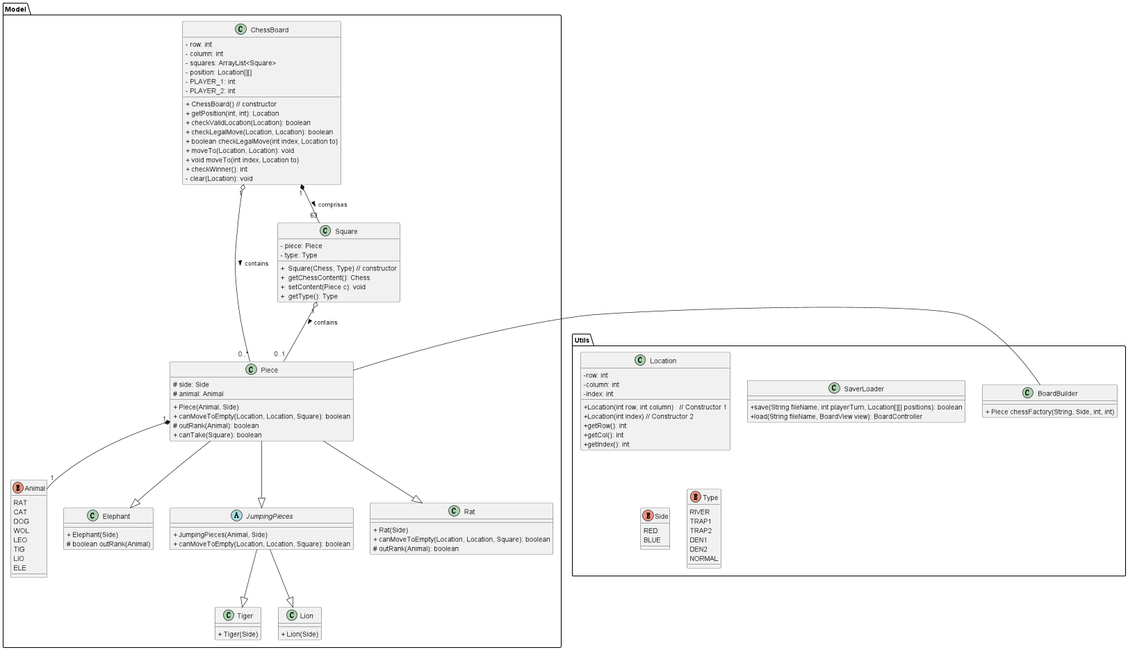
Above: UpdatedClassDiagram.png in Edo-kawa/SE-Project (PlantUML), before the change. Its diagram source:
```plantuml
@startuml

package "Model" {
    ChessBoard "1" o-- "0..*" Piece: contains >
    ChessBoard "1" *-- "63" Square: comprises >

    Square "1" o-- "0..1" Piece: contains >

    Piece "1" *-- "1" Animal
    Piece --|> Elephant
    Piece --|> JumpingPieces
    Piece --|> Rat
    JumpingPieces --|> Tiger
    JumpingPieces --|> Lion
}

package "Utils" {
    class Location
    class SaverLoader
    enum Side
    enum Type
    class BoardBuilder
}

Piece - BoardBuilder

class ChessBoard {
<plain>- row: int
<plain>- column: int
<plain>- squares: ArrayList<Square>
<plain>- position: Location[][]
<plain>- PLAYER_1: int
<plain>- PLAYER_2: int

<plain>+ ChessBoard() // constructor
<plain>+ getPosition(int, int): Location
<plain>+ checkValidLocation(Location): boolean
<plain>+ checkLegalMove(Location, Location): boolean
<plain>+ boolean checkLegalMove(int index, Location to)
<plain>+ moveTo(Location, Location): void
<plain>+ void moveTo(int index, Location to)
<plain>+ checkWinner(): int
<plain>- clear(Location): void
}

class Square {
    <plain>- piece: Piece
    <plain>- type: Type

    <plain>+  Square(Chess, Type) // constructor
    <plain>+  getChessContent(): Chess
    <plain>+  setContent(Piece c): void
    <plain>+  getType(): Type
}

Abstract class JumpingPieces{
    <plain>+ JumpingPieces(Animal, Side)
    <plain>+ canMoveToEmpty(Location, Location, Square): boolean

}
class Elephant{
    <plain>+ Elephant(Side)


    <plain># boolean outRank(Animal)
}
class Tiger{
    <plain>+ Tiger(Side)
}

class Lion{
    <plain>+ Lion(Side)
}

class Rat{
    <plain>+ Rat(Side)
    <plain>+ canMoveToEmpty(Location, Location, Square): boolean
    <plain># outRank(Animal): boolean
}

class Piece {
    <plain># side: Side
    <plain># animal: Animal

    <plain>+ Piece(Animal, Side)
    <plain>+ canMoveToEmpty(Location, Location, Square): boolean
    <plain># outRank(Animal): boolean
    <plain>+ canTake(Square): boolean
}

enum Animal {
    RAT
    CAT
    DOG
    WOL
    LEO
    TIG
    LIO
    ELE
}

enum Side {
    RED
    BLUE
}

enum Type {
    RIVER
    TRAP1
    TRAP2
    DEN1
    DEN2
    NORMAL
}

class Location {
    <plain>-row: int
    <plain>-column: int
    <plain>-index: int
    <plain>+Location(int row, int column)   // Constructor 1
    <plain>+Location(int index) // Constructor 2
    <plain>+getRow(): int
    <plain>+getCol(): int
    <plain>+getIndex(): int

}

class SaverLoader {
    <plain>+save(String fileName, int playerTurn, Location[][] positions): boolean
    <plain>+load(String fileName, BoardView view): BoardController
}

class BoardBuilder {
    <plain>+ Piece chessFactory(String, Side, int, int)
}

@enduml
```
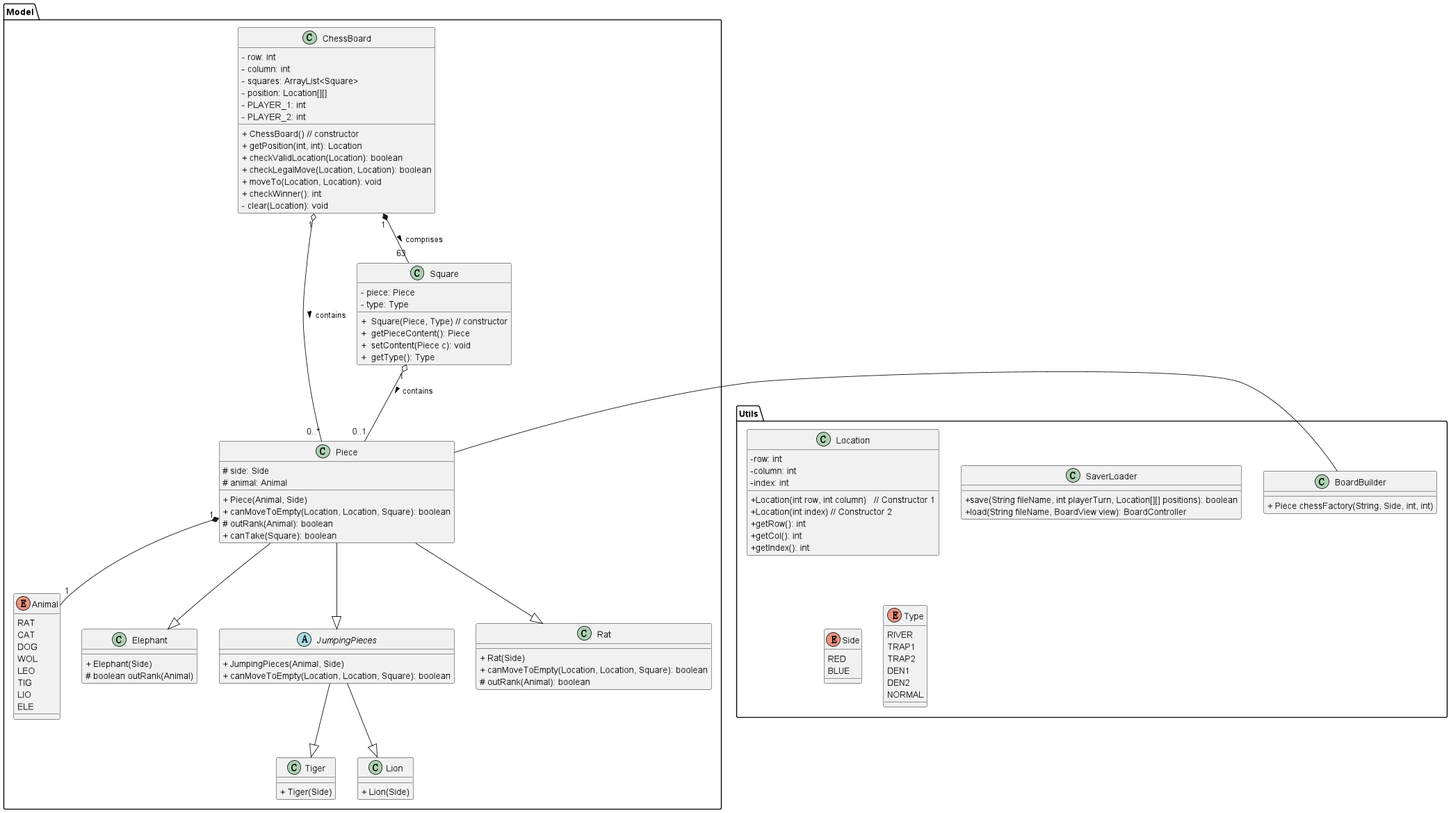
After the change.

Change to the diagram source:
```diff
@@ -36,9 +36,7 @@
 <plain>+ getPosition(int, int): Location
 <plain>+ checkValidLocation(Location): boolean
 <plain>+ checkLegalMove(Location, Location): boolean
-<plain>+ boolean checkLegalMove(int index, Location to)
 <plain>+ moveTo(Location, Location): void
-<plain>+ void moveTo(int index, Location to)
 <plain>+ checkWinner(): int
 <plain>- clear(Location): void
 }
@@ -47,8 +45,8 @@
     <plain>- piece: Piece
     <plain>- type: Type
 
-    <plain>+  Square(Chess, Type) // constructor
-    <plain>+  getChessContent(): Chess
+    <plain>+  Square(Piece, Type) // constructor
+    <plain>+  getPieceContent(): Piece
     <plain>+  setContent(Piece c): void
     <plain>+  getType(): Type
 }
```
